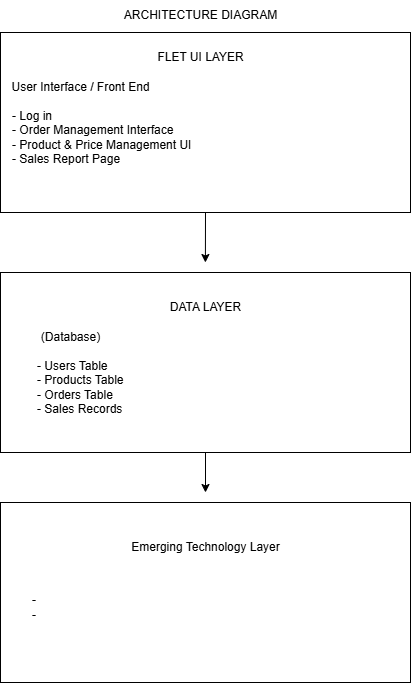
Earlier version of the draw.io export FINAL/source/diagram.png (jasscs/Final-Project). Source tidied: cells renumbered, new cells last; positions are measured from the earlier drawing's top-left corner, leaving out a move shared by most shapes. Its diagram source:
```xml
<mxGraphModel>
  <root>
    <mxCell id="0" />
    <mxCell id="1" parent="0" />
    <mxCell id="2" style="edgeStyle=none;html=1;exitX=0.5;exitY=1;exitDx=0;exitDy=0;" parent="1" edge="1" source="3">
      <mxGeometry relative="1" as="geometry">
        <mxPoint x="204.9" y="262" as="targetPoint" />
      </mxGeometry>
    </mxCell>
    <mxCell id="3" style="rounded=0;whiteSpace=wrap;html=1;" parent="1" vertex="1">
      <mxGeometry y="32" width="410" height="180" as="geometry" />
    </mxCell>
    <mxCell id="4" value="ARCHITECTURE DIAGRAM" style="text;html=1;align=center;verticalAlign=middle;strokeColor=none;fillColor=none;" parent="1" vertex="1">
      <mxGeometry x="110" width="180" height="30" as="geometry" />
    </mxCell>
    <mxCell id="5" value="FLET UI LAYER" style="text;html=1;align=center;verticalAlign=middle;strokeColor=none;fillColor=none;" parent="1" vertex="1">
      <mxGeometry x="145" y="42" width="110" height="30" as="geometry" />
    </mxCell>
    <mxCell id="6" value="User Interface / Front End" style="text;html=1;align=center;verticalAlign=middle;strokeColor=none;fillColor=none;" parent="1" vertex="1">
      <mxGeometry y="72" width="160" height="30" as="geometry" />
    </mxCell>
    <mxCell id="7" value="- Log in&lt;br&gt;- Order Management Interface&lt;br&gt;&lt;div style=&quot;&quot;&gt;&lt;span style=&quot;background-color: transparent;&quot;&gt;- Product &amp;amp; Price Management UI&lt;/span&gt;&lt;/div&gt;- Sales Report Page" style="text;html=1;align=left;verticalAlign=middle;points=[];strokeColor=none;fillColor=none;" parent="1" vertex="1">
      <mxGeometry x="10" y="102" width="200" height="70" as="geometry" />
    </mxCell>
    <mxCell id="8" style="edgeStyle=none;html=1;" parent="1" edge="1" source="9">
      <mxGeometry relative="1" as="geometry">
        <mxPoint x="205" y="492" as="targetPoint" />
      </mxGeometry>
    </mxCell>
    <mxCell id="9" style="rounded=0;whiteSpace=wrap;html=1;" parent="1" vertex="1">
      <mxGeometry y="272" width="410" height="180" as="geometry" />
    </mxCell>
    <mxCell id="10" value="DATA LAYER" style="text;html=1;align=center;verticalAlign=middle;strokeColor=none;fillColor=none;" parent="1" vertex="1">
      <mxGeometry x="160" y="292" width="90" height="30" as="geometry" />
    </mxCell>
    <mxCell id="11" value="(Database)" style="text;html=1;align=center;verticalAlign=middle;strokeColor=none;fillColor=none;" parent="1" vertex="1">
      <mxGeometry x="30" y="322" width="80" height="30" as="geometry" />
    </mxCell>
    <mxCell id="12" value="- Users Table&lt;br&gt;- Products Table&lt;br&gt;- Orders Table&lt;br&gt;- Sales Records" style="text;html=1;align=left;verticalAlign=middle;strokeColor=none;fillColor=none;" parent="1" vertex="1">
      <mxGeometry x="35" y="352" width="110" height="70" as="geometry" />
    </mxCell>
    <mxCell id="13" style="rounded=0;whiteSpace=wrap;html=1;" parent="1" vertex="1">
      <mxGeometry y="502" width="410" height="180" as="geometry" />
    </mxCell>
    <mxCell id="14" value="Emerging Technology Layer" style="text;html=1;align=center;verticalAlign=middle;strokeColor=none;fillColor=none;" parent="1" vertex="1">
      <mxGeometry x="120" y="532" width="170" height="30" as="geometry" />
    </mxCell>
    <mxCell id="15" value="-&lt;div&gt;-&lt;/div&gt;" style="text;html=1;align=left;verticalAlign=middle;strokeColor=none;fillColor=none;" parent="1" vertex="1">
      <mxGeometry x="30" y="587" width="30" height="40" as="geometry" />
    </mxCell>
  </root>
</mxGraphModel>
```
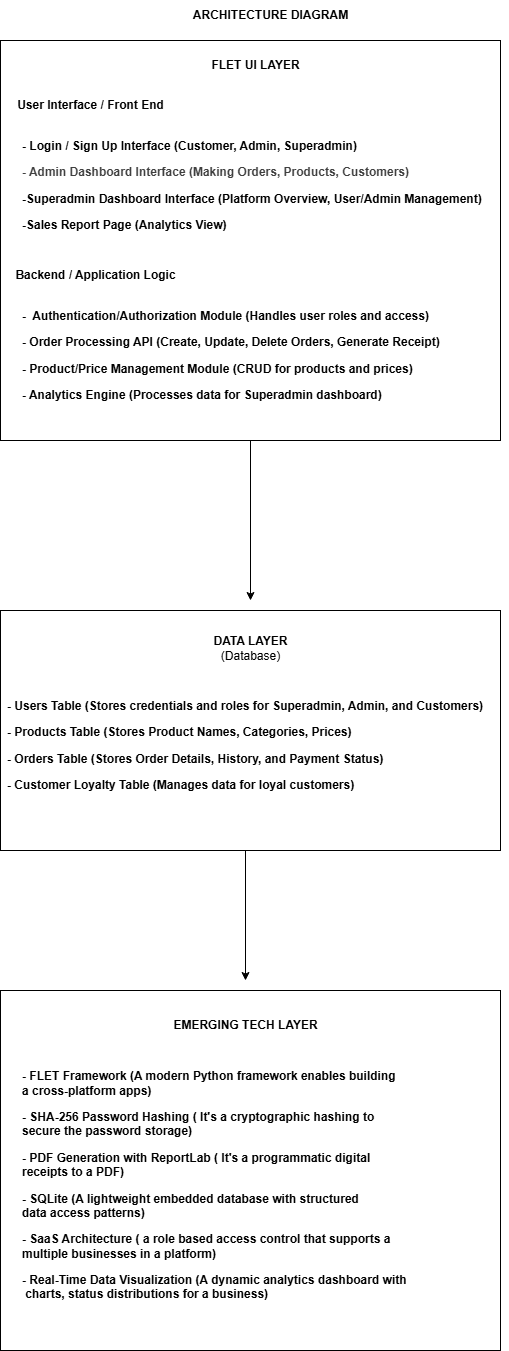
After the commit.

Commit message:
fix: Update architecture diagram for accuracy

Corrects misleading representation of the data flow in the README diagram to accurately reflect the current system architecture.

The edit, as a diff of the source:
```diff
@@ -7,46 +7,63 @@
         <mxPoint x="204.9" y="262" as="targetPoint" />
       </mxGeometry>
     </mxCell>
+    <mxCell id="16" style="edgeStyle=none;html=1;exitX=0.75;exitY=1;exitDx=0;exitDy=0;" parent="1" edge="1" target="7">
+      <mxGeometry relative="1" as="geometry">
+        <mxPoint x="327.5" y="172" as="sourcePoint" />
+      </mxGeometry>
+    </mxCell>
+    <mxCell id="17" style="edgeStyle=none;html=1;" parent="1" edge="1" source="3">
+      <mxGeometry relative="1" as="geometry">
+        <mxPoint x="250" y="592" as="targetPoint" />
+      </mxGeometry>
+    </mxCell>
     <mxCell id="3" style="rounded=0;whiteSpace=wrap;html=1;" parent="1" vertex="1">
-      <mxGeometry y="32" width="410" height="180" as="geometry" />
+      <mxGeometry y="32" width="500" height="400" as="geometry" />
     </mxCell>
-    <mxCell id="4" value="ARCHITECTURE DIAGRAM" style="text;html=1;align=center;verticalAlign=middle;strokeColor=none;fillColor=none;" parent="1" vertex="1">
-      <mxGeometry x="110" width="180" height="30" as="geometry" />
+    <mxCell id="4" value="ARCHITECTURE DIAGRAM" style="text;html=1;align=center;verticalAlign=middle;strokeColor=none;fillColor=none;fontStyle=1;" parent="1" vertex="1">
+      <mxGeometry x="180" y="-8" width="180" height="30" as="geometry" />
     </mxCell>
-    <mxCell id="5" value="FLET UI LAYER" style="text;html=1;align=center;verticalAlign=middle;strokeColor=none;fillColor=none;" parent="1" vertex="1">
-      <mxGeometry x="145" y="42" width="110" height="30" as="geometry" />
+    <mxCell id="5" value="FLET UI LAYER" style="text;html=1;align=center;verticalAlign=middle;strokeColor=none;fillColor=none;fontStyle=1;" parent="1" vertex="1">
+      <mxGeometry x="200" y="42" width="110" height="30" as="geometry" />
     </mxCell>
-    <mxCell id="6" value="User Interface / Front End" style="text;html=1;align=center;verticalAlign=middle;strokeColor=none;fillColor=none;" parent="1" vertex="1">
-      <mxGeometry y="72" width="160" height="30" as="geometry" />
+    <mxCell id="6" value="User Interface / Front End" style="text;html=1;align=center;verticalAlign=middle;strokeColor=none;fillColor=none;fontStyle=1;" parent="1" vertex="1">
+      <mxGeometry x="10" y="82" width="160" height="30" as="geometry" />
     </mxCell>
-    <mxCell id="7" value="- Log in&lt;br&gt;- Order Management Interface&lt;br&gt;&lt;div style=&quot;&quot;&gt;&lt;span style=&quot;background-color: transparent;&quot;&gt;- Product &amp;amp; Price Management UI&lt;/span&gt;&lt;/div&gt;- Sales Report Page" style="text;html=1;align=left;verticalAlign=middle;points=[];strokeColor=none;fillColor=none;" parent="1" vertex="1">
-      <mxGeometry x="10" y="102" width="200" height="70" as="geometry" />
+    <mxCell id="7" value="&lt;p&gt;&lt;b&gt;-&amp;nbsp;Login / Sign Up Interface (Customer, Admin, Superadmin)&lt;/b&gt;&lt;/p&gt;&lt;p&gt;&lt;b&gt;&lt;span style=&quot;color: rgb(63, 63, 63); background-color: transparent;&quot;&gt;-&amp;nbsp;&lt;/span&gt;&lt;span style=&quot;color: rgb(63, 63, 63); background-color: transparent;&quot;&gt;Admin Dashboard Interface&lt;/span&gt;&lt;span style=&quot;color: rgb(63, 63, 63); background-color: transparent;&quot;&gt; (Making Orders, Products, Customers)&lt;/span&gt;&lt;/b&gt;&lt;/p&gt;&lt;p&gt;&lt;b&gt;-Superadmin Dashboard Interface (Platform Overview, User/Admin Management)&lt;/b&gt;&lt;/p&gt;&lt;p&gt;&lt;b&gt;-Sales Report Page (Analytics View)&lt;/b&gt;&lt;br&gt;&lt;/p&gt;" style="text;html=1;align=left;verticalAlign=middle;points=[];strokeColor=none;fillColor=none;" parent="1" vertex="1">
+      <mxGeometry x="20" y="112" width="480" height="130" as="geometry" />
     </mxCell>
-    <mxCell id="8" style="edgeStyle=none;html=1;" parent="1" edge="1" source="9">
-      <mxGeometry relative="1" as="geometry">
-        <mxPoint x="205" y="492" as="targetPoint" />
-      </mxGeometry>
-    </mxCell>
+    <mxCell id="18" style="edgeStyle=none;html=1;" parent="1" edge="1">
+      <mxGeometry relative="1" as="geometry">
+        <mxPoint x="245" y="802" as="sourcePoint" />
+        <mxPoint x="245" y="972" as="targetPoint" />
+      </mxGeometry>
+    </mxCell>
     <mxCell id="9" style="rounded=0;whiteSpace=wrap;html=1;" parent="1" vertex="1">
-      <mxGeometry y="272" width="410" height="180" as="geometry" />
+      <mxGeometry y="602" width="500" height="240" as="geometry" />
     </mxCell>
-    <mxCell id="10" value="DATA LAYER" style="text;html=1;align=center;verticalAlign=middle;strokeColor=none;fillColor=none;" parent="1" vertex="1">
-      <mxGeometry x="160" y="292" width="90" height="30" as="geometry" />
+    <mxCell id="10" value="DATA LAYER" style="text;html=1;align=center;verticalAlign=middle;strokeColor=none;fillColor=none;fontStyle=1;" parent="1" vertex="1">
+      <mxGeometry x="205" y="618" width="90" height="30" as="geometry" />
     </mxCell>
     <mxCell id="11" value="(Database)" style="text;html=1;align=center;verticalAlign=middle;strokeColor=none;fillColor=none;" parent="1" vertex="1">
-      <mxGeometry x="30" y="322" width="80" height="30" as="geometry" />
+      <mxGeometry x="210" y="633" width="80" height="30" as="geometry" />
     </mxCell>
-    <mxCell id="12" value="- Users Table&lt;br&gt;- Products Table&lt;br&gt;- Orders Table&lt;br&gt;- Sales Records" style="text;html=1;align=left;verticalAlign=middle;strokeColor=none;fillColor=none;" parent="1" vertex="1">
-      <mxGeometry x="35" y="352" width="110" height="70" as="geometry" />
+    <mxCell id="12" value="&lt;p&gt;&lt;b&gt;- Users Table (Stores credentials and roles for Superadmin, Admin, and Customers)&lt;/b&gt;&lt;/p&gt;&lt;p&gt;&lt;b&gt;- Products Table (Stores Product Names, Categories, Prices)&lt;/b&gt;&lt;/p&gt;&lt;p&gt;&lt;b&gt;- Orders Table (Stores Order Details, History, and Payment Status)&lt;/b&gt;&lt;/p&gt;&lt;p&gt;&lt;b&gt;- Customer Loyalty Table (Manages data for loyal customers)&lt;/b&gt;&lt;/p&gt;" style="text;html=1;align=left;verticalAlign=middle;strokeColor=none;fillColor=none;" parent="1" vertex="1">
+      <mxGeometry x="5" y="672" width="500" height="130" as="geometry" />
     </mxCell>
     <mxCell id="13" style="rounded=0;whiteSpace=wrap;html=1;" parent="1" vertex="1">
-      <mxGeometry y="502" width="410" height="180" as="geometry" />
+      <mxGeometry y="982" width="500" height="360" as="geometry" />
     </mxCell>
-    <mxCell id="14" value="Emerging Technology Layer" style="text;html=1;align=center;verticalAlign=middle;strokeColor=none;fillColor=none;" parent="1" vertex="1">
-      <mxGeometry x="120" y="532" width="170" height="30" as="geometry" />
+    <mxCell id="14" value="EMERGING TECH LAYER" style="text;html=1;align=center;verticalAlign=middle;strokeColor=none;fillColor=none;fontStyle=1;" parent="1" vertex="1">
+      <mxGeometry x="160" y="1002" width="170" height="30" as="geometry" />
     </mxCell>
-    <mxCell id="15" value="-&lt;div&gt;-&lt;/div&gt;" style="text;html=1;align=left;verticalAlign=middle;strokeColor=none;fillColor=none;" parent="1" vertex="1">
-      <mxGeometry x="30" y="587" width="30" height="40" as="geometry" />
-    </mxCell>
+    <mxCell id="19" value="Backend / Application Logic" style="text;html=1;align=center;verticalAlign=middle;strokeColor=none;fillColor=none;fontStyle=1;" parent="1" vertex="1">
+      <mxGeometry x="10" y="252" width="170" height="30" as="geometry" />
+    </mxCell>
+    <mxCell id="20" value="&lt;p&gt;&lt;b&gt;-&amp;nbsp; Authentication/Authorization Module (Handles user roles and access)&lt;/b&gt;&lt;/p&gt;&lt;p&gt;&lt;b&gt;- Order Processing API (Create, Update, Delete Orders, Generate Receipt)&lt;/b&gt;&lt;/p&gt;&lt;p&gt;&lt;b&gt;- Product/Price Management Module (CRUD for products and prices)&lt;/b&gt;&lt;/p&gt;&lt;p&gt;&lt;b&gt;- Analytics Engine (Processes data for Superadmin dashboard)&lt;/b&gt;&lt;/p&gt;" style="text;html=1;align=left;verticalAlign=middle;strokeColor=none;fillColor=none;" parent="1" vertex="1">
+      <mxGeometry x="20" y="282" width="440" height="130" as="geometry" />
+    </mxCell>
+    <mxCell id="21" value="&lt;p&gt;&lt;b&gt;- FLET Framework (A modern Python framework enables building &lt;br&gt;a cross-platform apps)&lt;/b&gt;&lt;/p&gt;&lt;p&gt;&lt;b&gt;- SHA-256 Password Hashing ( It's a cryptographic hashing to &lt;br&gt;secure the password storage)&lt;/b&gt;&lt;/p&gt;&lt;p&gt;&lt;b&gt;- PDF Generation with ReportLab ( It's a programmatic digital &lt;br&gt;receipts to a PDF)&lt;/b&gt;&lt;/p&gt;&lt;p&gt;&lt;b&gt;- SQLite (A lightweight embedded database with structured &lt;br&gt;data access patterns)&lt;/b&gt;&lt;/p&gt;&lt;p&gt;&lt;b&gt;- SaaS Architecture ( a role based access control that supports a &lt;br&gt;multiple businesses in a platform)&lt;/b&gt;&lt;/p&gt;&lt;p&gt;&lt;b&gt;- Real-Time Data Visualization (A dynamic analytics dashboard with&lt;br&gt;&amp;nbsp;charts, status distributions for a business)&lt;/b&gt;&lt;/p&gt;" style="text;html=1;align=left;verticalAlign=middle;strokeColor=none;fillColor=none;" parent="1" vertex="1">
+      <mxGeometry x="20" y="1042" width="410" height="270" as="geometry" />
+    </mxCell>
   </root>
 </mxGraphModel>
```
